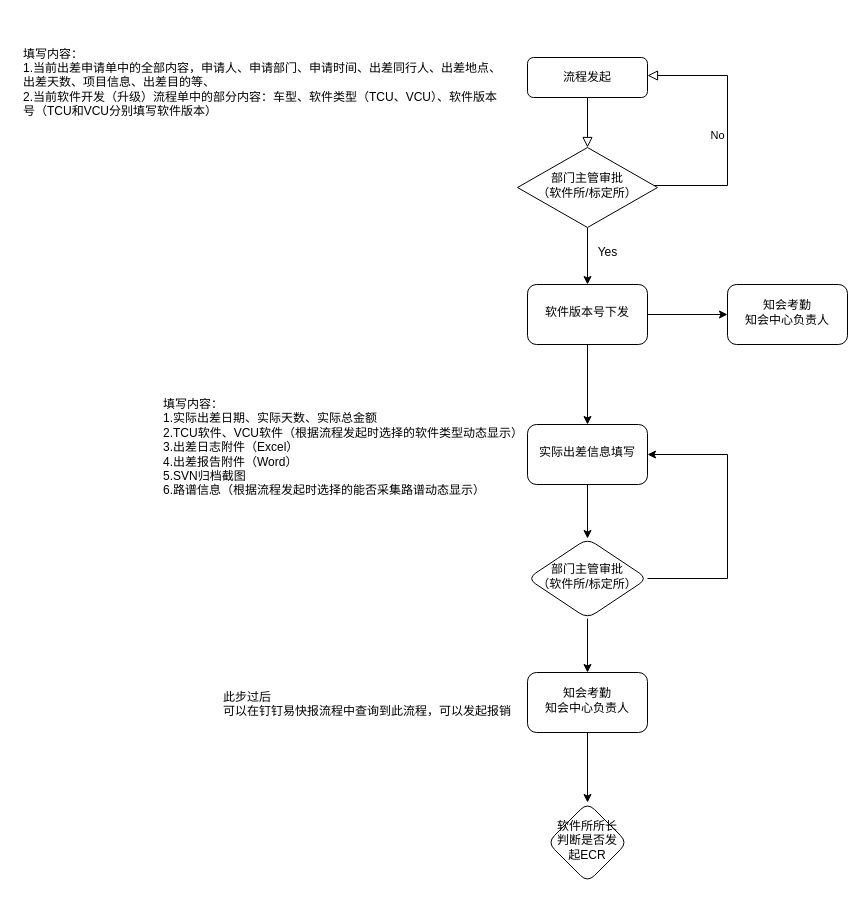
This is 软件标定流程图.drawio from donx0601/note-gen-image-sync, a draw.io file, before an edit. Source tidied: cells renumbered, new cells numbered last; positions are measured from the earlier drawing's top-left corner, leaving out a move shared by most shapes. Both pictures are drawn from the tidied source at 100%, with x=0, y=0 at pixel (17, 17).
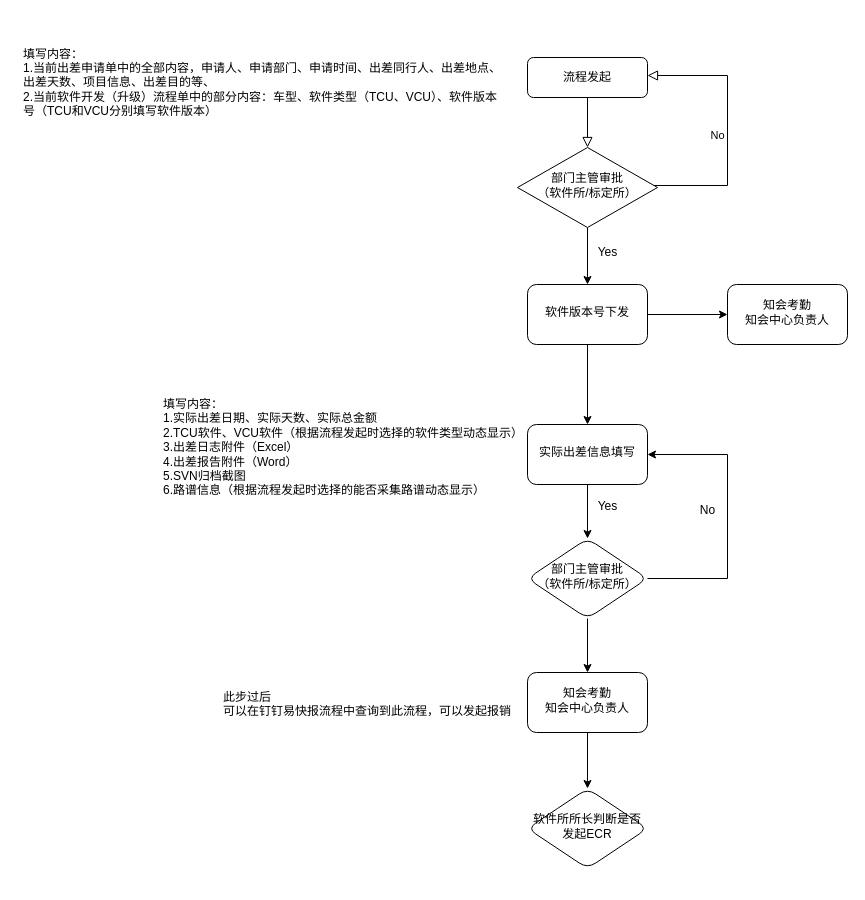
The same page after the edit.

Commit message:
更新软件标定流程图.drawio

The edit, as a diff of the source:
```diff
@@
     <mxCell id="22" value="软件所所长判断是否发起ECR" style="rhombus;whiteSpace=wrap;html=1;rounded=1;shadow=0;strokeWidth=1;spacing=6;spacingTop=-4;" parent="1" vertex="1">
-      <mxGeometry x="530" y="785" width="80" height="80" as="geometry" />
+      <mxGeometry x="510" y="771" width="120" height="80" as="geometry" />
     </mxCell>
+    <mxCell id="23" value="Yes" style="text;html=1;align=center;verticalAlign=middle;strokeColor=none;fillColor=none;" parent="1" vertex="1">
+      <mxGeometry x="570" y="474" width="40" height="30" as="geometry" />
+    </mxCell>
+    <mxCell id="24" value="No" style="text;html=1;align=center;verticalAlign=middle;strokeColor=none;fillColor=none;" parent="1" vertex="1">
+      <mxGeometry x="670" y="478" width="40" height="30" as="geometry" />
+    </mxCell>
```
